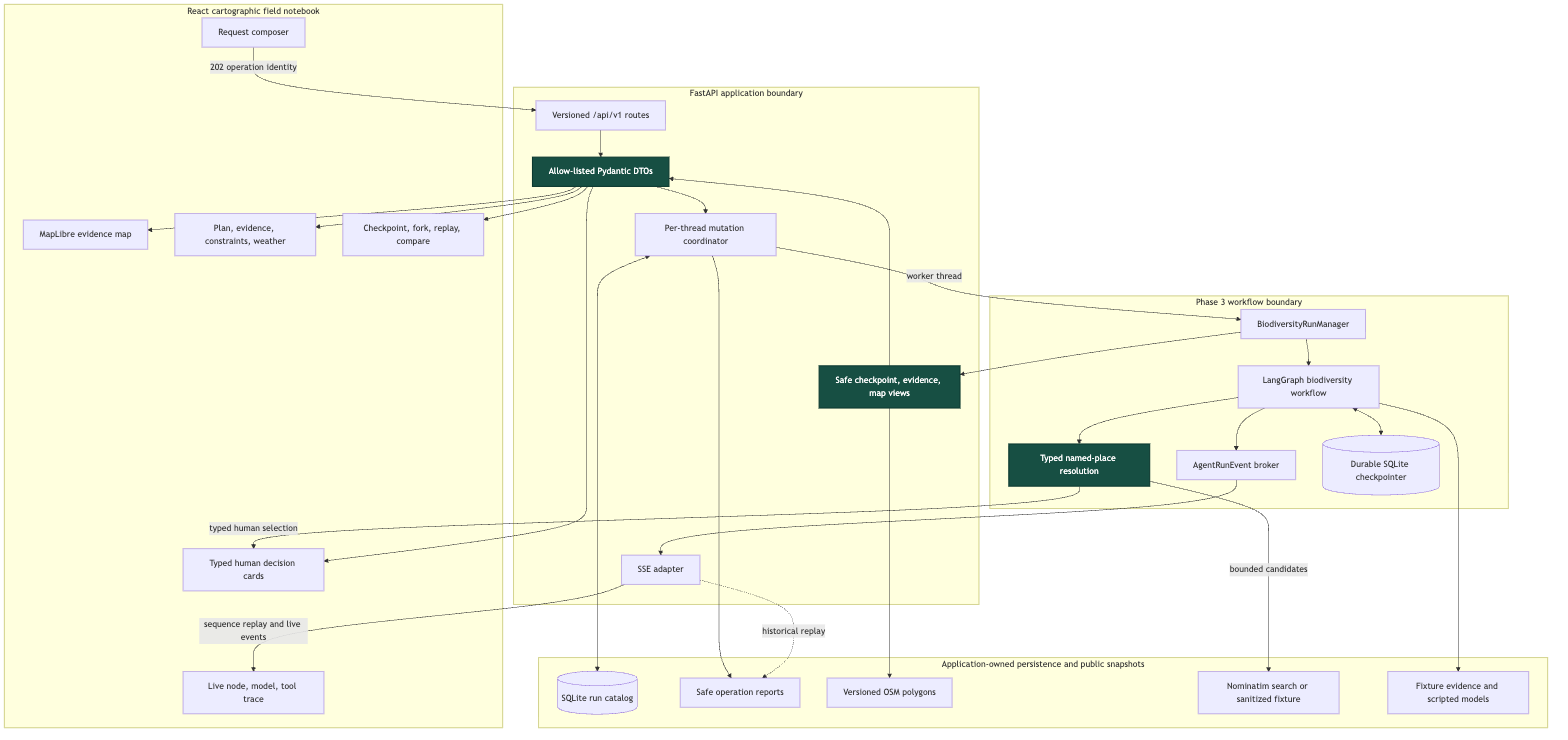
Earlier version of the Mermaid export docs/diagrams/phase-4-visual-product.png (ttteein-max/london-birding-agent). Its source is kept beside it as docs/diagrams/phase-4-visual-product.mmd.
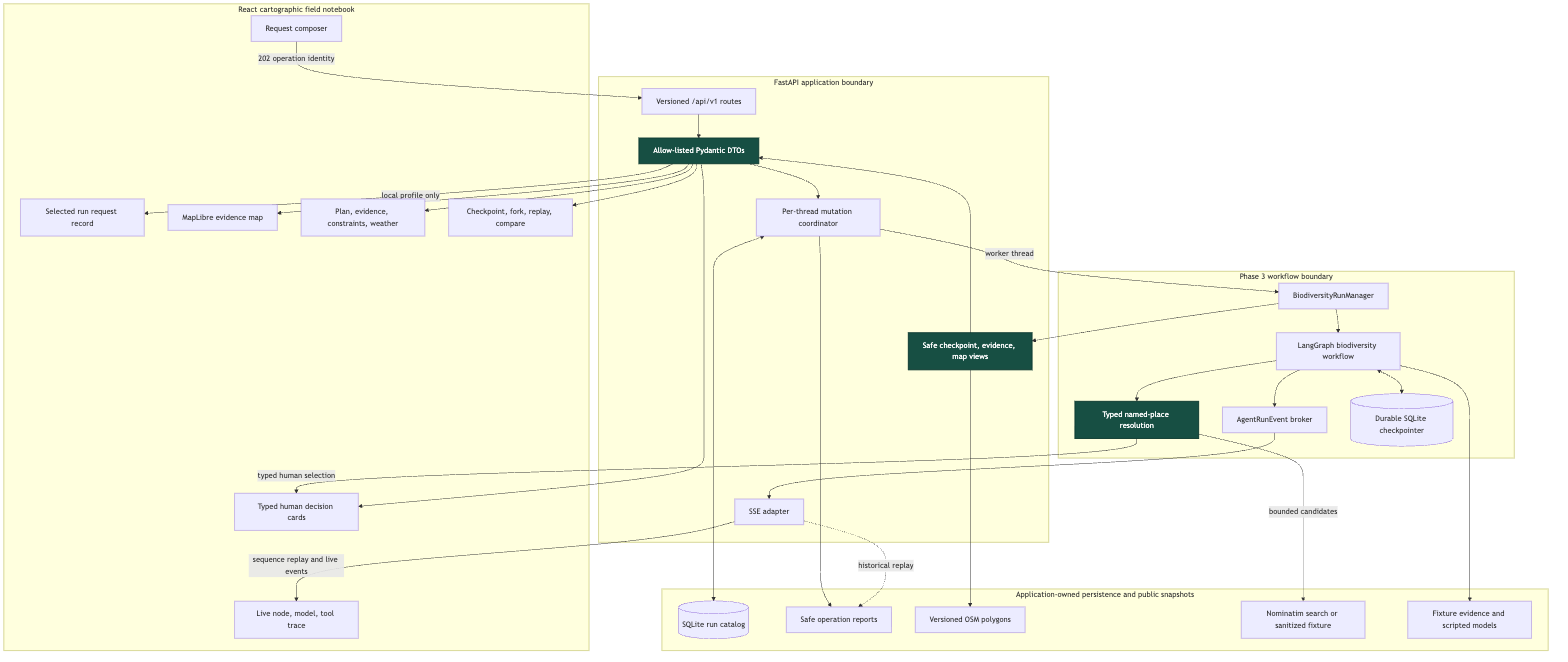
Above is the later version.

The edit, as a diff of the source:
```diff
@@ -1,6 +1,7 @@
 flowchart TB
     subgraph Browser[React cartographic field notebook]
         Composer[Request composer]
+        RequestRecord[Selected run request record]
         Map[MapLibre evidence map]
         Cards[Plan, evidence, constraints, weather]
         Trace[Live node, model, tool trace]
@@ -48,6 +49,7 @@
     Views --> DTO
     DTO --> Map
     DTO --> Cards
+    DTO -->|local profile only| RequestRecord
     DTO --> HITL
     DTO --> Travel
     Coordinator <--> Catalog
```
